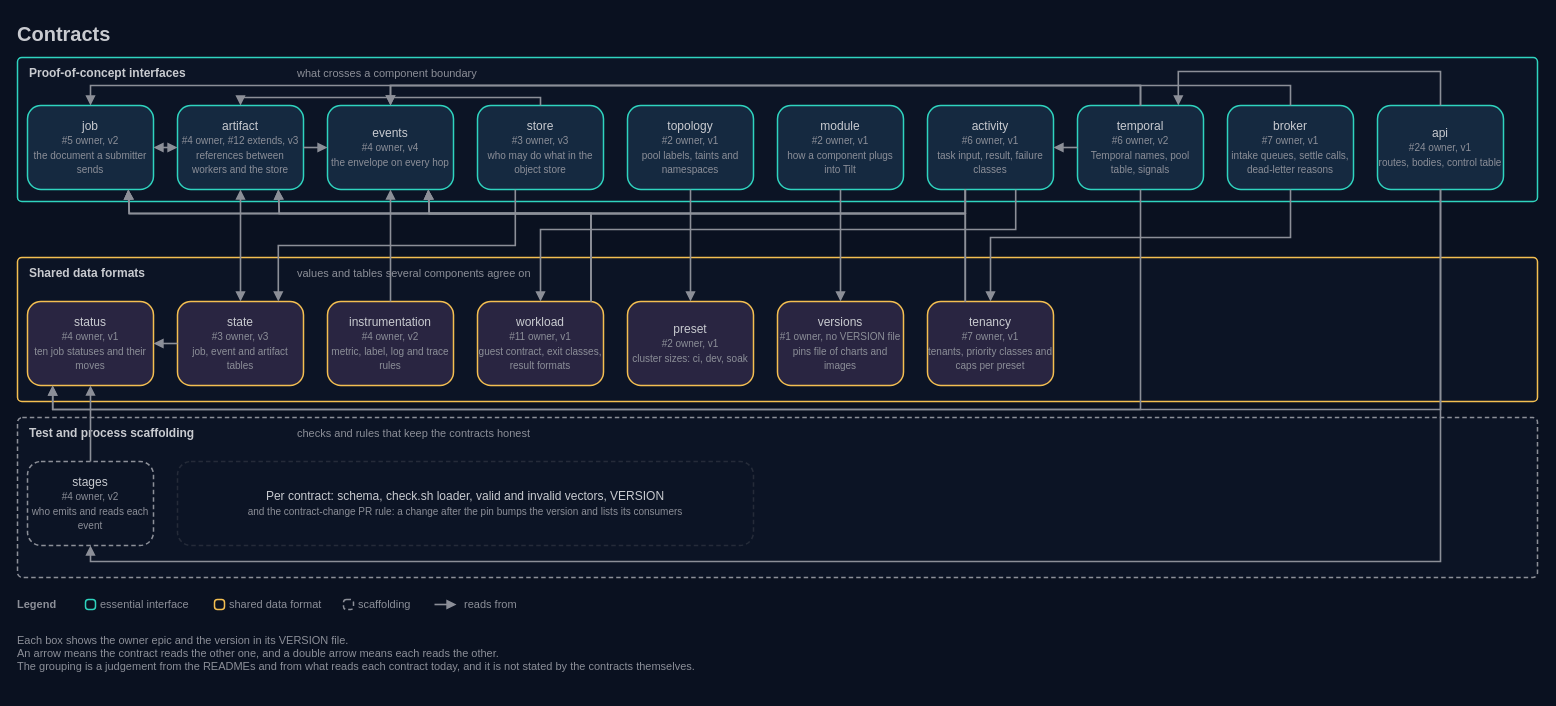
The draw.io diagram docs/architecture/15-contracts.drawio in AndoNorth/disyard, before the edit. Source tidied: cells renumbered, new cells numbered last; positions are measured from the earlier drawing's top-left corner, leaving out a move shared by most shapes. Both pictures are drawn from the tidied source at 100%, with x=0, y=0 at pixel (17, 17).
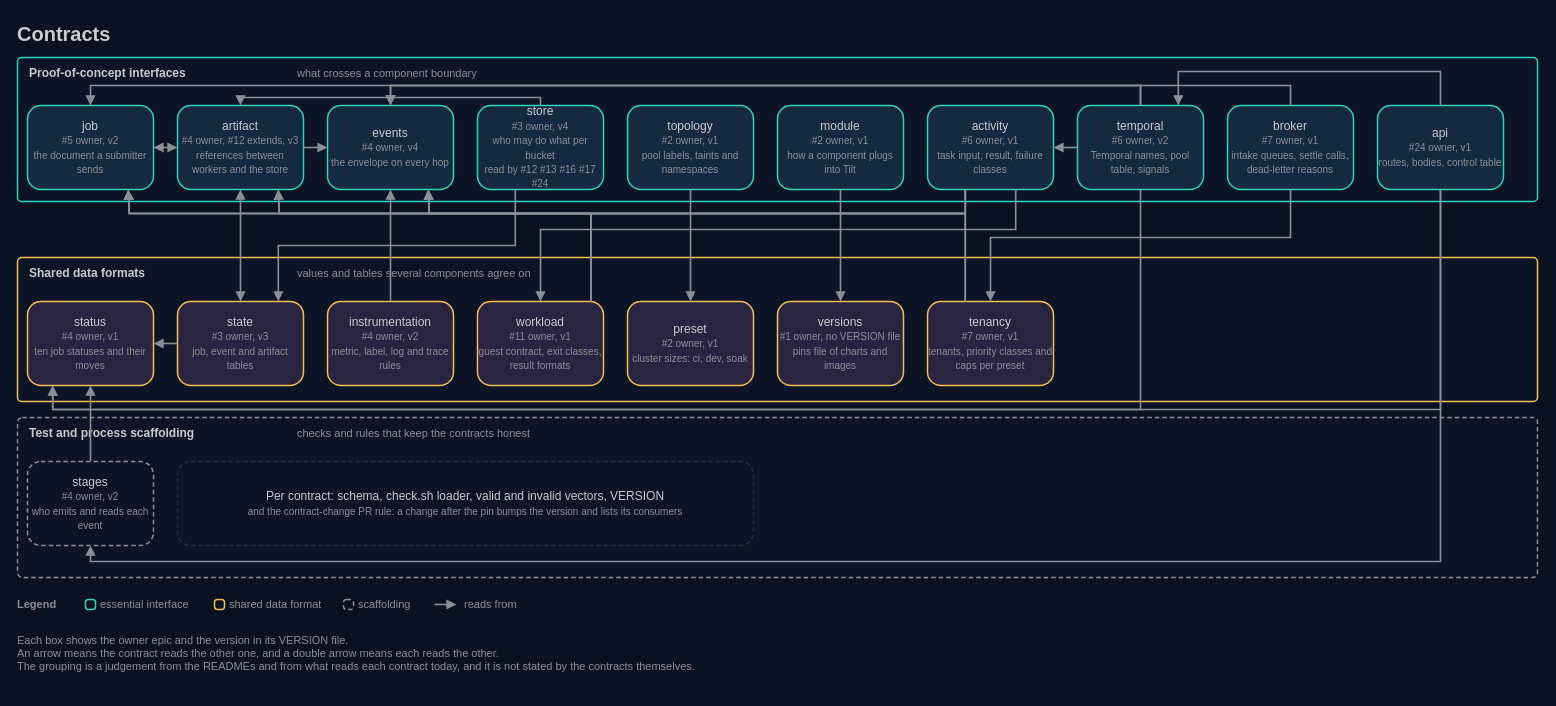
The same diagram, later.

Commit message (it also covers changes not shown here):
feat(store): [#24] the submit identity reads wdf-sources, store v4 (E.1)

The edit, as a diff of the source:
```diff
@@
-    <mxCell id="17" value="store&lt;br&gt;&lt;font color=&quot;#8c8f98&quot; style=&quot;font-size:10px&quot;&gt;#3 owner, v3&lt;br&gt;who may do what in the object store&lt;/font&gt;" style="rounded=1;arcSize=16;html=1;whiteSpace=wrap;fillColor=#152940;strokeColor=#2fd4bf;strokeWidth=1.5;fontColor=#c9cbd0;fontSize=12;fontFamily=IBM Plex Sans;align=center;verticalAlign=middle;" parent="1" vertex="1">
+    <mxCell id="17" value="store&lt;br&gt;&lt;font color=&quot;#8c8f98&quot; style=&quot;font-size:10px&quot;&gt;#3 owner, v4&lt;br&gt;who may do what per bucket&lt;br&gt;read by #12 #13 #16 #17 #24&lt;/font&gt;" style="rounded=1;arcSize=16;html=1;whiteSpace=wrap;fillColor=#152940;strokeColor=#2fd4bf;strokeWidth=1.5;fontColor=#c9cbd0;fontSize=12;fontFamily=IBM Plex Sans;align=center;verticalAlign=middle;" parent="1" vertex="1">
       <mxGeometry x="460" y="88" width="126" height="84" as="geometry" />
     </mxCell>
```
